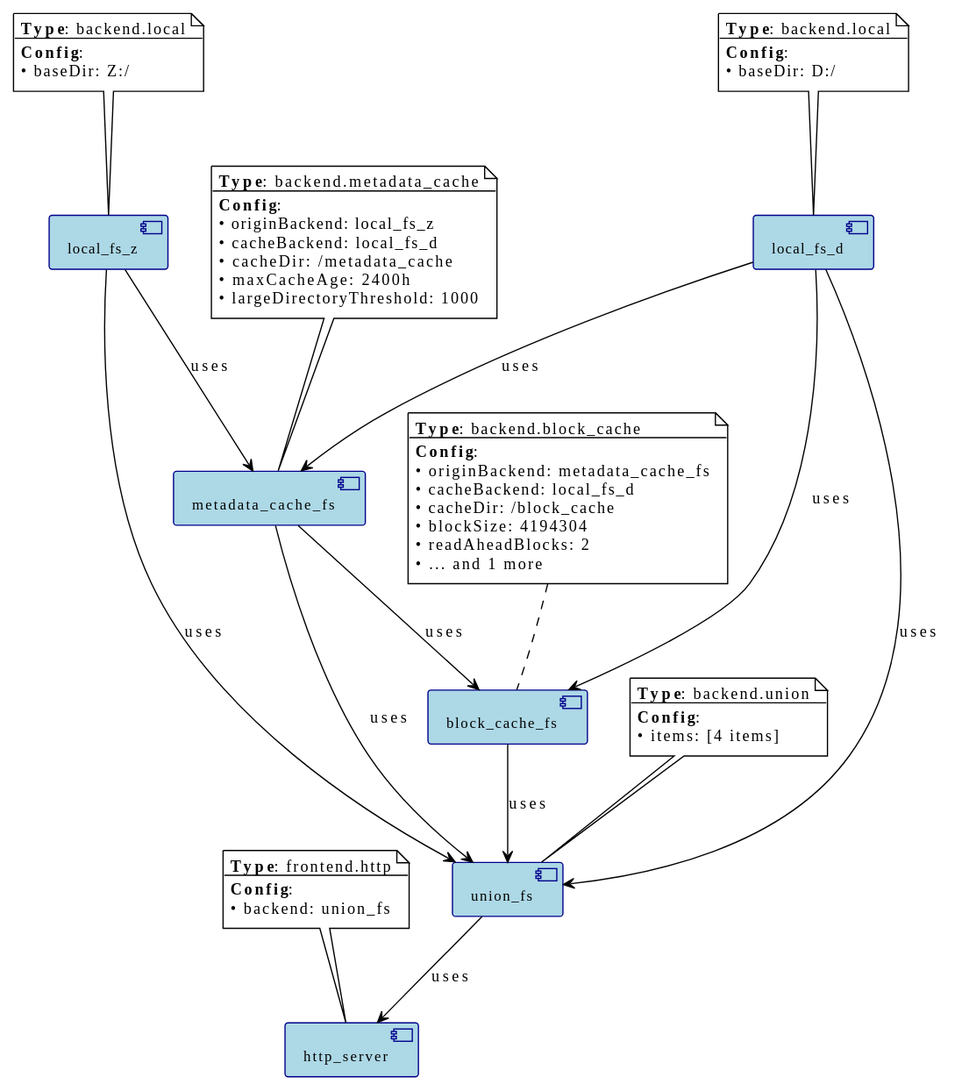
This is bin/component_diagram.svg from zhangzqs/vfs_framework, a PlantUML export, as it was before one commit.
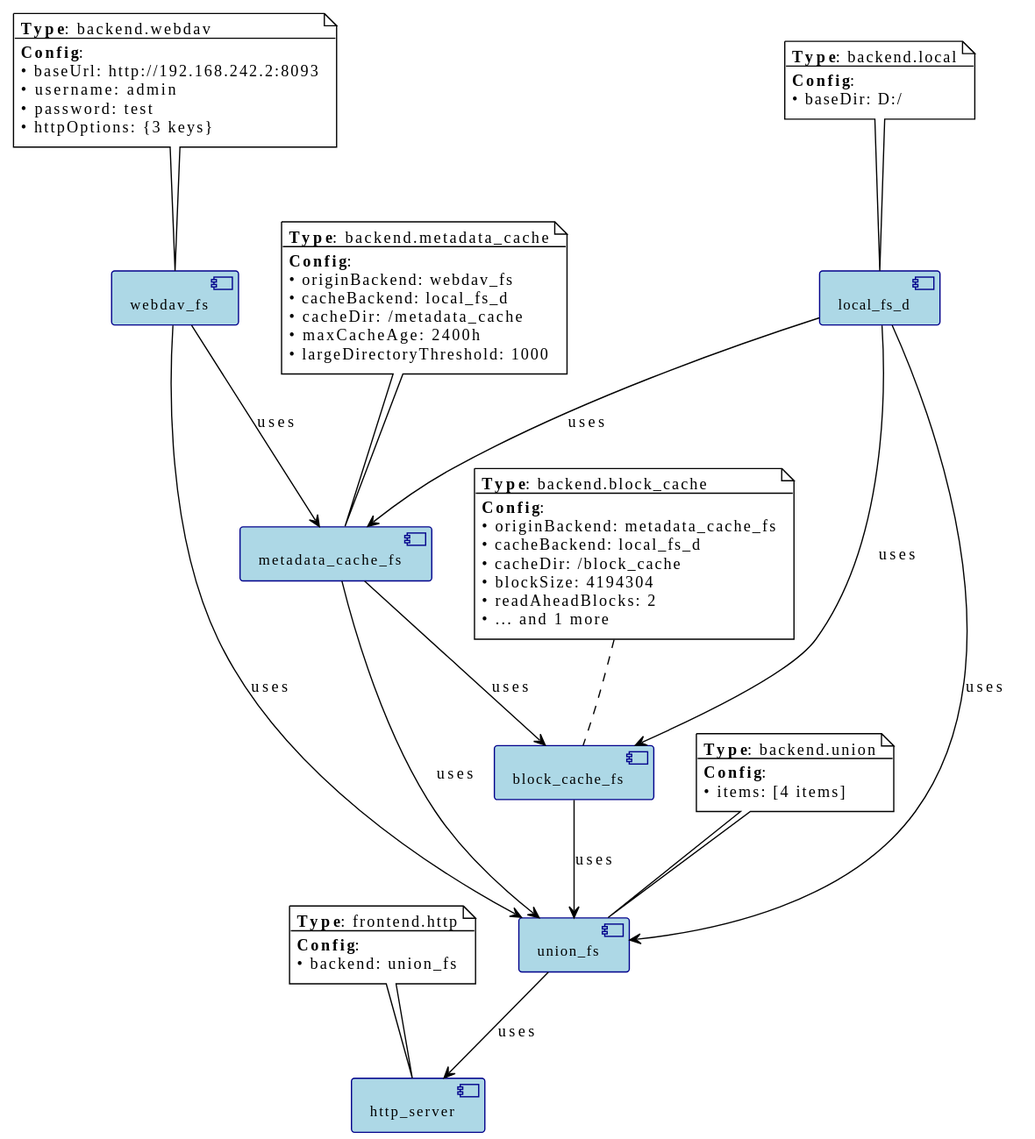
Above is the later version.

What changed in the source:
```diff
@@ -16,12 +16,15 @@
   • baseDir: D:/
 end note
 
-component [local_fs_z] as local_fs_z
-note top of local_fs_z
-  **Type**: backend.local
+component [webdav_fs] as webdav_fs
+note top of webdav_fs
+  **Type**: backend.webdav
   --
   **Config**:
-  • baseDir: Z:/
+  • baseUrl: http://192.168.242.2:8093
+  • username: admin
+  • password: test
+  • httpOptions: {3 keys}
 end note
 
 component [metadata_cache_fs] as metadata_cache_fs
@@ -29,7 +32,7 @@
   **Type**: backend.metadata_cache
   --
   **Config**:
-  • originBackend: local_fs_z
+  • originBackend: webdav_fs
   • cacheBackend: local_fs_d
   • cacheDir: /metadata_cache
   • maxCacheAge: 2400h
@@ -65,13 +68,13 @@
   • backend: union_fs
 end note
 
-local_fs_z --> metadata_cache_fs : uses
+webdav_fs --> metadata_cache_fs : uses
 local_fs_d --> metadata_cache_fs : uses
 metadata_cache_fs --> block_cache_fs : uses
 local_fs_d --> block_cache_fs : uses
 local_fs_d --> union_fs : uses
-local_fs_z --> union_fs : uses
 metadata_cache_fs --> union_fs : uses
 block_cache_fs --> union_fs : uses
+webdav_fs --> union_fs : uses
 union_fs --> http_server : uses
 @enduml
```
